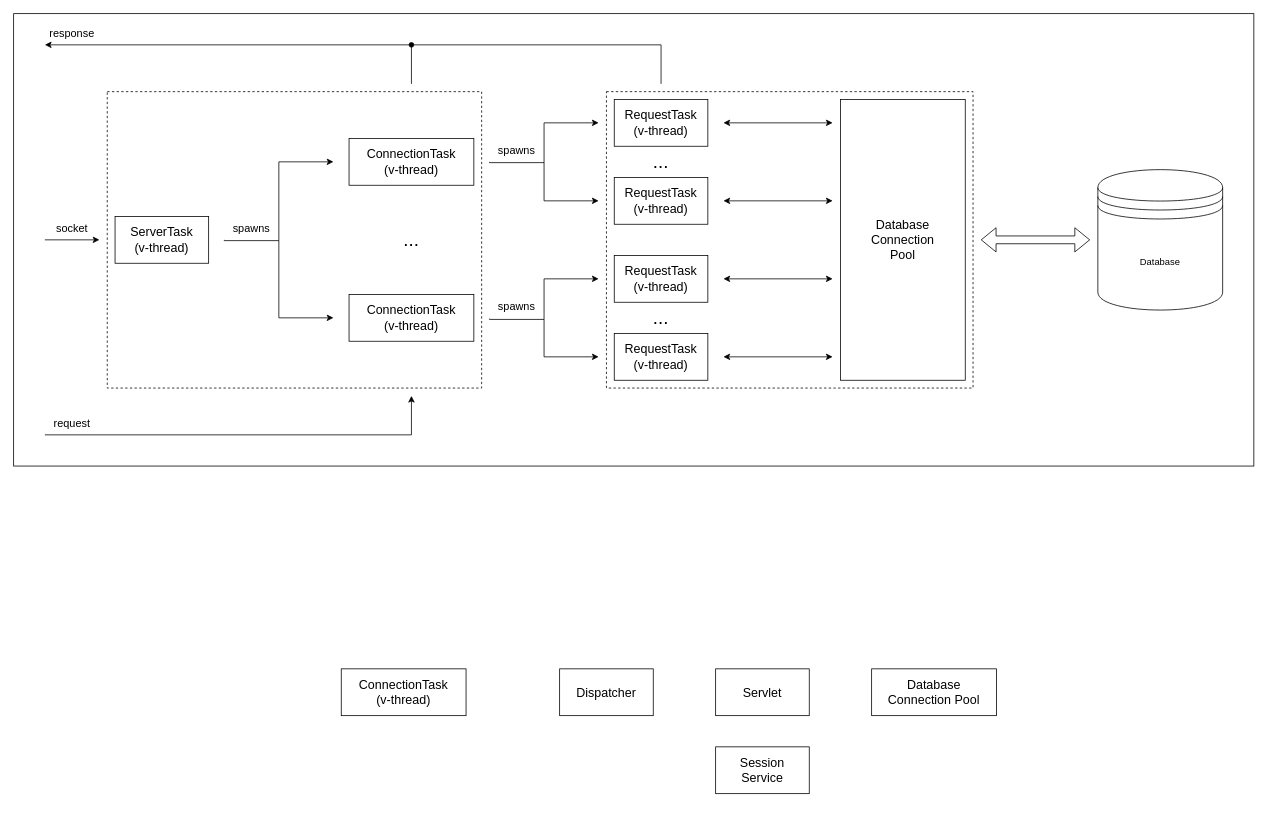
Clamentos/ProjectBlackhole keeps this draw.io diagram as page "Page-2" (2 of 2) of ER.drawio. Above is the earlier version. Source tidied: cells renumbered, new cells numbered last; positions are measured from the earlier drawing's top-left corner, leaving out a move shared by most shapes. Both pictures are drawn from the tidied source at 78%, with x=0, y=0 at pixel (13, 13).
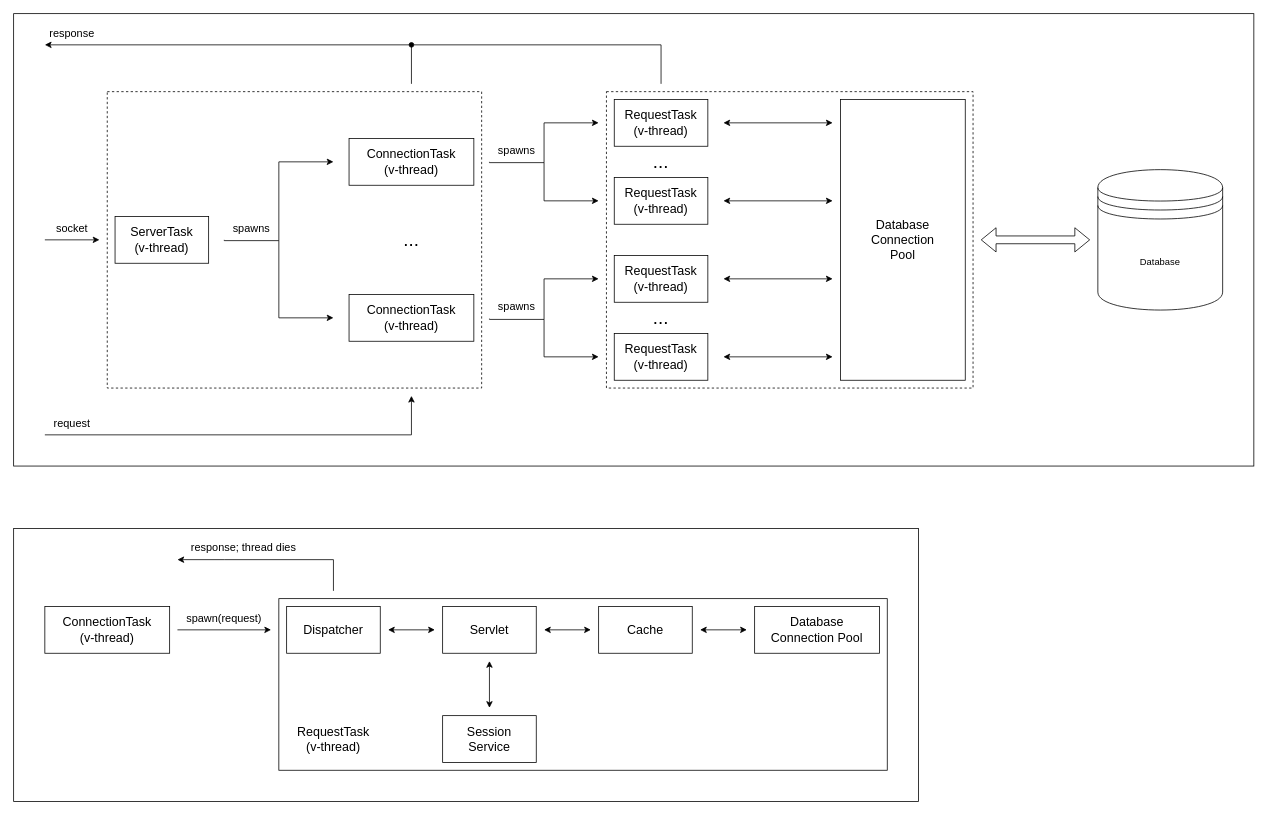
The same diagram, later.

The edit, as a diff of the source:
```diff
@@
+    <mxCell id="43" style="rounded=0;whiteSpace=wrap;html=1;" parent="1" vertex="1">
+      <mxGeometry y="660" width="1160" height="350" as="geometry" />
+    </mxCell>
+    <mxCell id="44" style="rounded=0;whiteSpace=wrap;html=1;fontSize=16;fillColor=none;" parent="1" vertex="1">
+      <mxGeometry x="340" y="750" width="780" height="220" as="geometry" />
+    </mxCell>
@@
     <mxCell id="38" value="ConnectionTask&lt;br&gt;(v-thread)" style="rounded=0;whiteSpace=wrap;html=1;fontSize=16;fillColor=none;" parent="1" vertex="1">
-      <mxGeometry x="420" y="840" width="160" height="60" as="geometry" />
+      <mxGeometry x="40" y="760" width="160" height="60" as="geometry" />
     </mxCell>
+    <mxCell id="45" style="edgeStyle=orthogonalEdgeStyle;rounded=0;orthogonalLoop=1;jettySize=auto;html=1;" parent="1" edge="1">
+      <mxGeometry relative="1" as="geometry">
+        <mxPoint x="410" y="740" as="sourcePoint" />
+        <mxPoint x="210" y="700" as="targetPoint" />
+        <Array as="points">
+          <mxPoint x="410" y="700" />
+          <mxPoint x="270" y="700" />
+        </Array>
+      </mxGeometry>
+    </mxCell>
     <mxCell id="39" value="Dispatcher" style="rounded=0;whiteSpace=wrap;html=1;fontSize=16;fillColor=none;" parent="1" vertex="1">
-      <mxGeometry x="700" y="840" width="120" height="60" as="geometry" />
+      <mxGeometry x="350" y="760" width="120" height="60" as="geometry" />
     </mxCell>
     <mxCell id="40" value="Servlet" style="rounded=0;whiteSpace=wrap;html=1;fontSize=16;fillColor=none;" parent="1" vertex="1">
-      <mxGeometry x="900" y="840" width="120" height="60" as="geometry" />
+      <mxGeometry x="550" y="760" width="120" height="60" as="geometry" />
     </mxCell>
     <mxCell id="41" value="Session&lt;br&gt;Service" style="rounded=0;whiteSpace=wrap;html=1;fontSize=16;fillColor=none;" parent="1" vertex="1">
-      <mxGeometry x="900" y="940" width="120" height="60" as="geometry" />
+      <mxGeometry x="550" y="900" width="120" height="60" as="geometry" />
     </mxCell>
     <mxCell id="42" value="Database&lt;br&gt;Connection Pool" style="rounded=0;whiteSpace=wrap;html=1;fontSize=16;fillColor=none;" parent="1" vertex="1">
-      <mxGeometry x="1100" y="840" width="160" height="60" as="geometry" />
+      <mxGeometry x="950" y="760" width="160" height="60" as="geometry" />
     </mxCell>
+    <mxCell id="46" value="Cache" style="rounded=0;whiteSpace=wrap;html=1;fontSize=16;fillColor=none;" parent="1" vertex="1">
+      <mxGeometry x="750" y="760" width="120" height="60" as="geometry" />
+    </mxCell>
+    <mxCell id="47" style="endArrow=classic;startArrow=classic;html=1;rounded=0;" parent="1" edge="1">
+      <mxGeometry relative="1" as="geometry">
+        <mxPoint x="480" y="790" as="sourcePoint" />
+        <mxPoint x="540" y="790" as="targetPoint" />
+      </mxGeometry>
+    </mxCell>
+    <mxCell id="48" style="endArrow=classic;startArrow=classic;html=1;rounded=0;" parent="1" edge="1">
+      <mxGeometry relative="1" as="geometry">
+        <mxPoint x="610" y="890" as="sourcePoint" />
+        <mxPoint x="610" y="830" as="targetPoint" />
+      </mxGeometry>
+    </mxCell>
+    <mxCell id="49" style="endArrow=classic;startArrow=classic;html=1;rounded=0;" parent="1" edge="1">
+      <mxGeometry relative="1" as="geometry">
+        <mxPoint x="680" y="790" as="sourcePoint" />
+        <mxPoint x="740" y="790" as="targetPoint" />
+      </mxGeometry>
+    </mxCell>
+    <mxCell id="50" style="endArrow=classic;startArrow=classic;html=1;rounded=0;" parent="1" edge="1">
+      <mxGeometry relative="1" as="geometry">
+        <mxPoint x="880" y="790" as="sourcePoint" />
+        <mxPoint x="940" y="790" as="targetPoint" />
+      </mxGeometry>
+    </mxCell>
+    <mxCell id="51" value="RequestTask&lt;br style=&quot;border-color: var(--border-color); font-size: 16px;&quot;&gt;&lt;span style=&quot;font-size: 16px;&quot;&gt;(v-thread)&lt;/span&gt;" style="text;html=1;strokeColor=none;fillColor=none;align=center;verticalAlign=middle;whiteSpace=wrap;rounded=0;fontSize=16;" parent="1" vertex="1">
+      <mxGeometry x="340" y="890" width="140" height="80" as="geometry" />
+    </mxCell>
+    <mxCell id="52" style="endArrow=classic;html=1;rounded=0;exitX=0;exitY=1;exitDx=0;exitDy=0;" parent="1" edge="1" source="53">
+      <mxGeometry relative="1" as="geometry">
+        <mxPoint x="330" y="790" as="targetPoint" />
+      </mxGeometry>
+    </mxCell>
+    <mxCell id="53" value="&lt;span style=&quot;font-size: 14px;&quot;&gt;spawn(request)&lt;/span&gt;" style="text;html=1;strokeColor=none;fillColor=none;align=center;verticalAlign=middle;whiteSpace=wrap;rounded=0;fontSize=14;" parent="1" vertex="1">
+      <mxGeometry x="210" y="760" width="120" height="30" as="geometry" />
+    </mxCell>
+    <mxCell id="54" value="&lt;span style=&quot;font-size: 14px;&quot;&gt;response; thread dies&lt;/span&gt;" style="text;html=1;strokeColor=none;fillColor=none;align=center;verticalAlign=middle;whiteSpace=wrap;rounded=0;fontSize=14;" parent="1" vertex="1">
+      <mxGeometry x="220" y="670" width="150" height="30" as="geometry" />
+    </mxCell>
```
